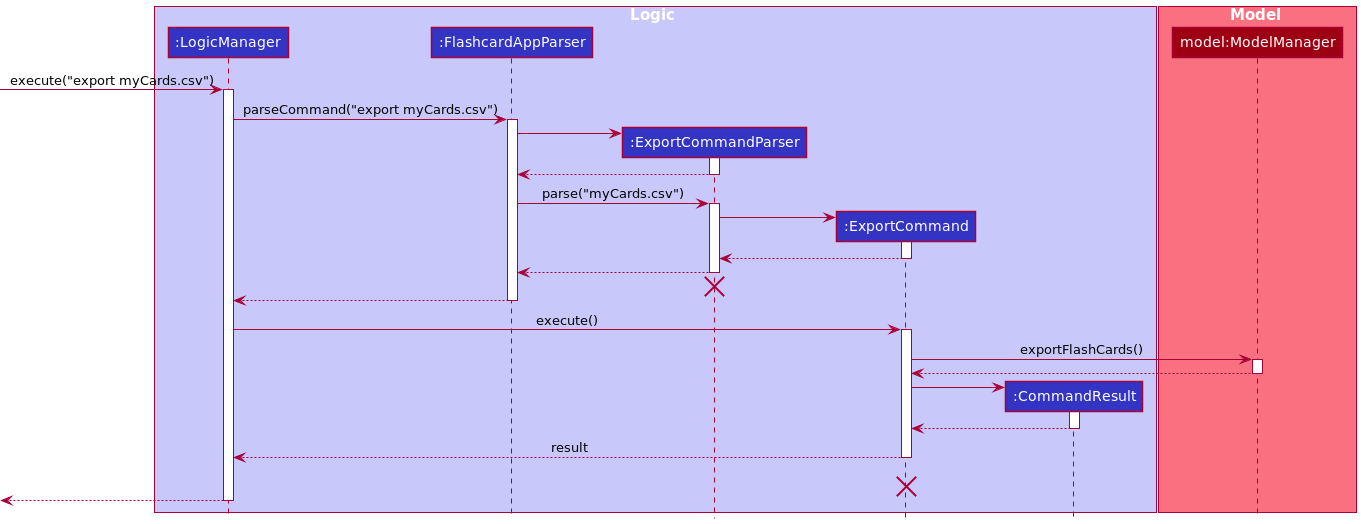
Above: docs/images/ExportSequenceDiagram.png in sharmainec/tp (PlantUML), before the change.
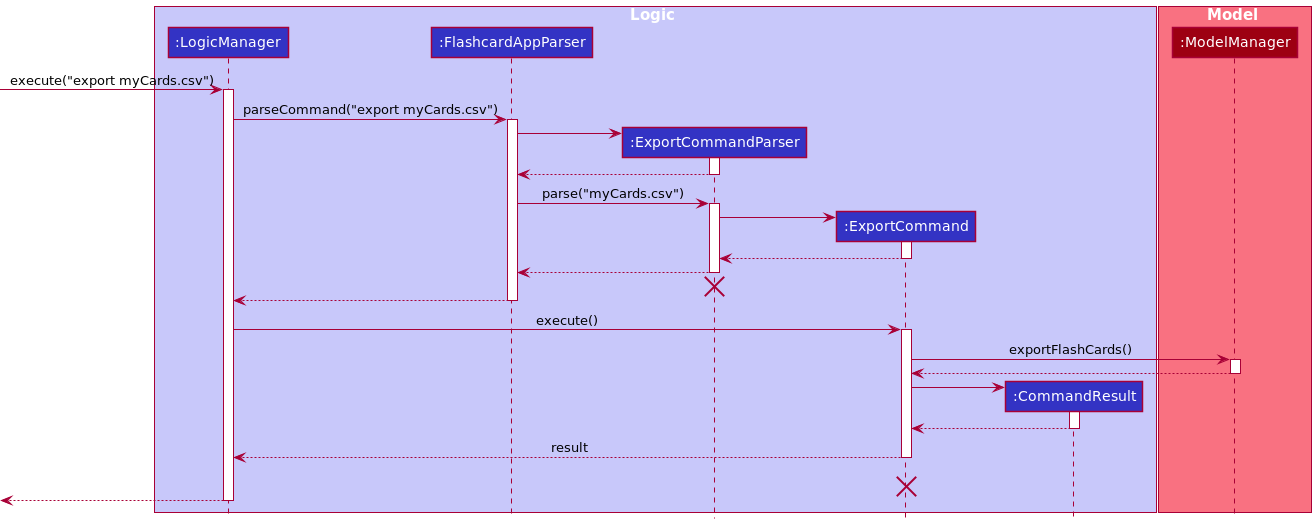
The same diagram one commit later.

Commit message:
Edit UML diagrams

The edit, as a diff of the source:
```diff
@@ -10,7 +10,7 @@
 end box
 
 box Model MODEL_COLOR_T1
-participant "model:ModelManager" as Model MODEL_COLOR
+participant ":ModelManager" as Model MODEL_COLOR
 end box
 
 [-> LogicManager : execute("export myCards.csv")
```
